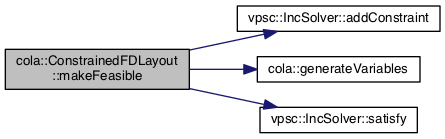
Above: documentation/classcola_1_1ConstrainedFDLayout_a66697e8a428b0d1ecd8d5e042ee7072f_cgraph.png in mjwybrow/adaptagrams (Graphviz), before the change. Its source is kept beside it as documentation/classcola_1_1ConstrainedFDLayout_a66697e8a428b0d1ecd8d5e042ee7072f_cgraph.dot.
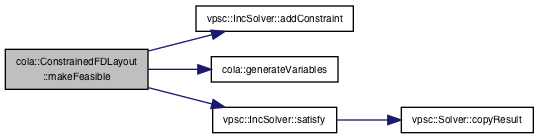
Above is the later version.

Change to the diagram source:
```diff
@@ -3,11 +3,13 @@
   edge [fontname="Helvetica",fontsize="10",labelfontname="Helvetica",labelfontsize="10"];
   node [fontname="Helvetica",fontsize="10",shape=record];
   rankdir="LR";
-  Node1 [label="cola::ConstrainedFDLayout\l::makeFeasible",height=0.2,width=0.4,color="black", fillcolor="grey75", style="filled", fontcolor="black"];
-  Node1 -> Node2 [color="midnightblue",fontsize="10",style="solid",fontname="Helvetica"];
-  Node2 [label="vpsc::IncSolver::addConstraint",height=0.2,width=0.4,color="black", fillcolor="white", style="filled",URL="$classvpsc_1_1IncSolver.html#a2fbb3f66b478a7d9078d753dc1b4605b",tooltip="Adds a constraint to the existing VPSC solver. "];
-  Node1 -> Node3 [color="midnightblue",fontsize="10",style="solid",fontname="Helvetica"];
-  Node3 [label="cola::generateVariables",height=0.2,width=0.4,color="black", fillcolor="white", style="filled",URL="$namespacecola.html#a8ce8e00454f0368e0a145ae5ee9b785d",tooltip="Generate just all the variables for a collection of CompoundConstraints. "];
-  Node1 -> Node4 [color="midnightblue",fontsize="10",style="solid",fontname="Helvetica"];
-  Node4 [label="vpsc::IncSolver::satisfy",height=0.2,width=0.4,color="black", fillcolor="white", style="filled",URL="$classvpsc_1_1IncSolver.html#ae0514b075bdc0329bde9539d7132c343",tooltip="Results in an approximate solution subject to the constraints. "];
+  Node4 [label="cola::ConstrainedFDLayout\l::makeFeasible",height=0.2,width=0.4,color="black", fillcolor="grey75", style="filled", fontcolor="black"];
+  Node4 -> Node5 [color="midnightblue",fontsize="10",style="solid",fontname="Helvetica"];
+  Node5 [label="vpsc::IncSolver::addConstraint",height=0.2,width=0.4,color="black", fillcolor="white", style="filled",URL="$classvpsc_1_1IncSolver.html#a2fbb3f66b478a7d9078d753dc1b4605b",tooltip="Adds a constraint to the existing VPSC solver. "];
+  Node4 -> Node6 [color="midnightblue",fontsize="10",style="solid",fontname="Helvetica"];
+  Node6 [label="cola::generateVariables",height=0.2,width=0.4,color="black", fillcolor="white", style="filled",URL="$namespacecola.html#a8ce8e00454f0368e0a145ae5ee9b785d",tooltip="Generate just all the variables for a collection of CompoundConstraints. "];
+  Node4 -> Node7 [color="midnightblue",fontsize="10",style="solid",fontname="Helvetica"];
+  Node7 [label="vpsc::IncSolver::satisfy",height=0.2,width=0.4,color="black", fillcolor="white", style="filled",URL="$classvpsc_1_1IncSolver.html#ae0514b075bdc0329bde9539d7132c343",tooltip="Results in an approximate solution subject to the constraints. "];
+  Node7 -> Node8 [color="midnightblue",fontsize="10",style="solid",fontname="Helvetica"];
+  Node8 [label="vpsc::Solver::copyResult",height=0.2,width=0.4,color="black", fillcolor="white", style="filled",URL="$classvpsc_1_1Solver.html#a69105f1f289689852e33b84693f0f2f2"];
 }
```
